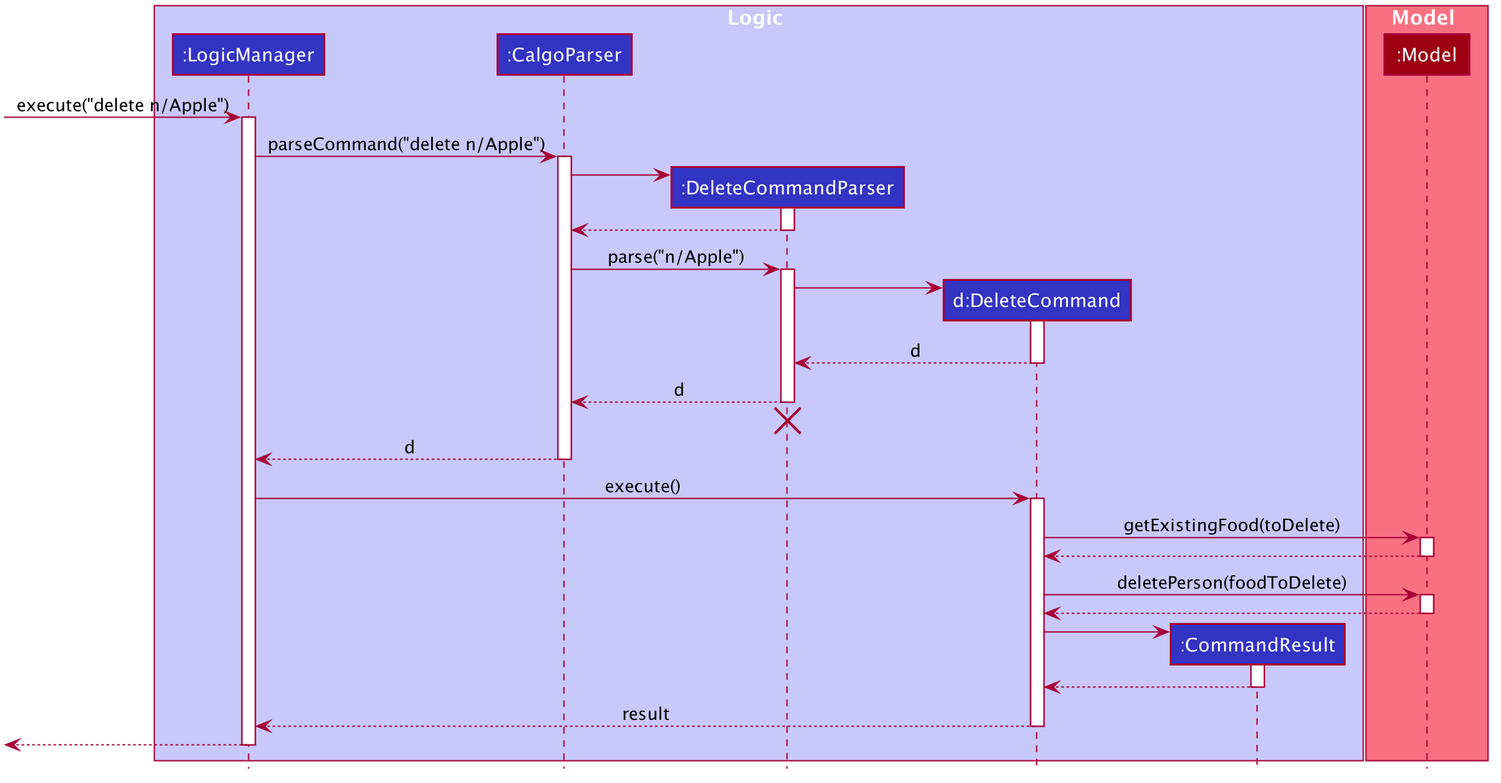
Before: images/DeleteSequenceDiagram.png, a diagram exported from PlantUML (AY1920S2-CS2103T-F11-1/main).
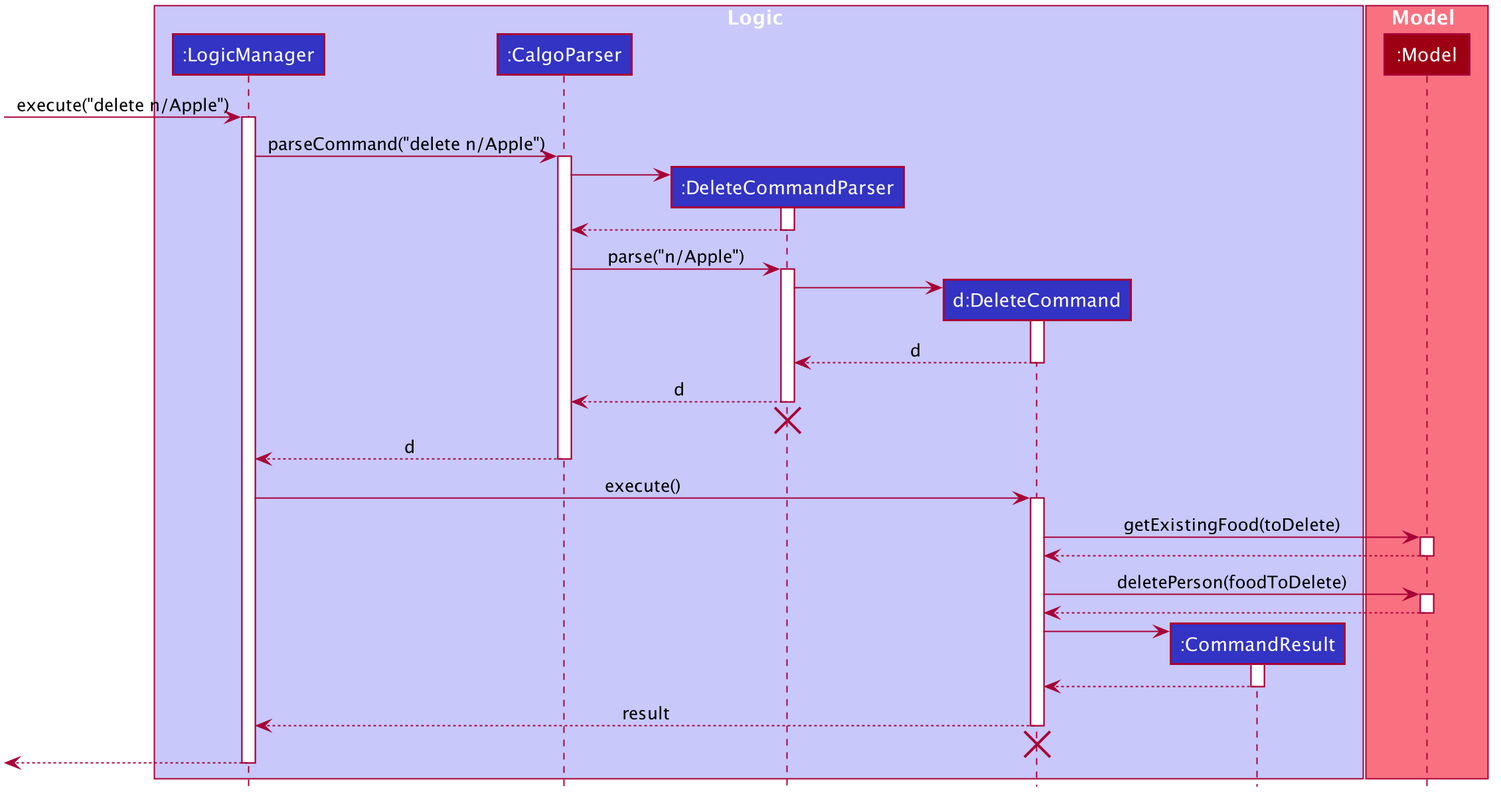
Later version of the same file.

The edit, as a diff of the source:
```diff
@@ -116,6 +116,8 @@
 
 DeleteCommand --> LogicManager : result
 deactivate DeleteCommand
+DeleteCommand -[hidden]-> CalgoParser
+destroy DeleteCommand
 
 [<--LogicManager
 deactivate LogicManager
```
